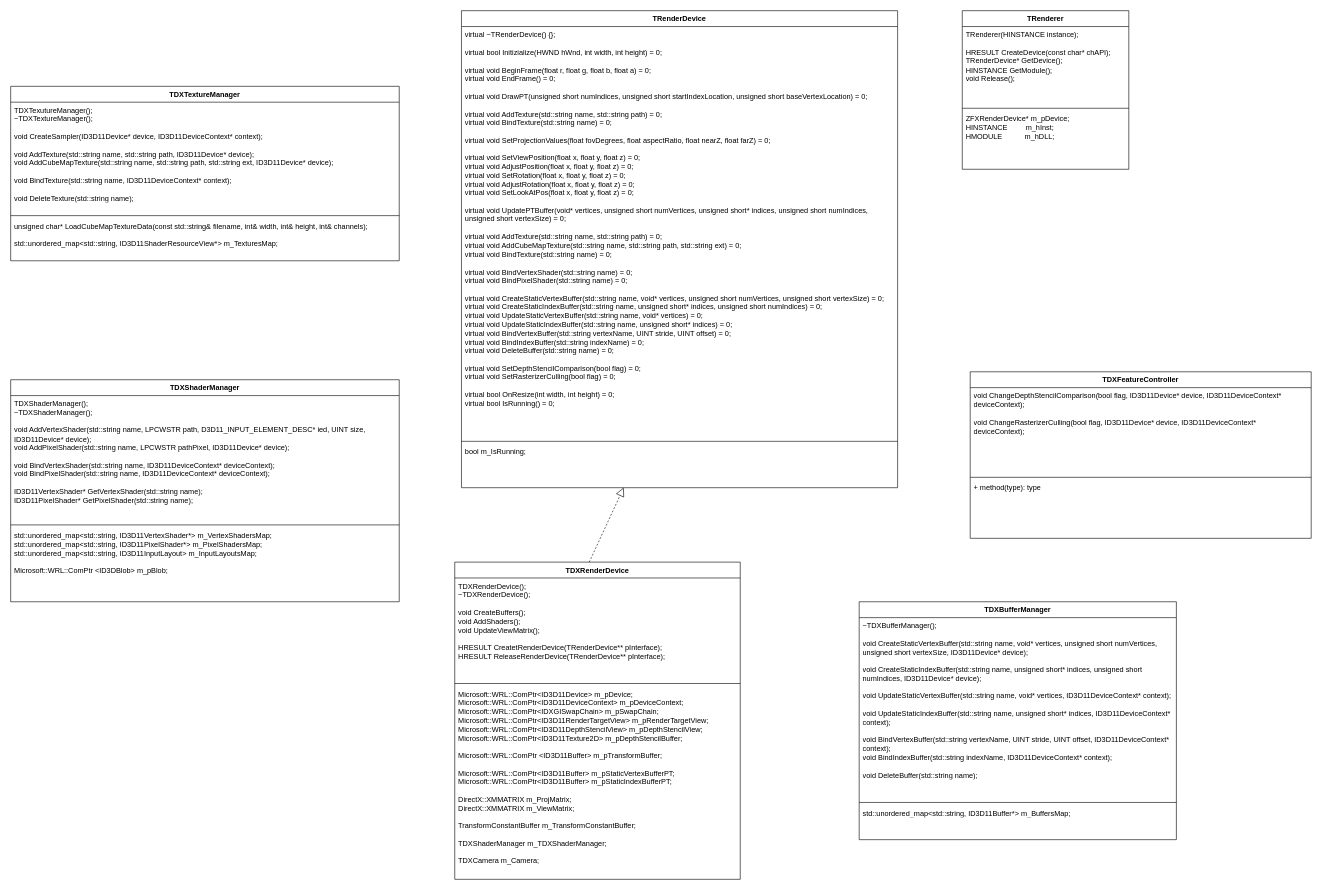
f1oating/TRender keeps this draw.io diagram as UML/TRenderer.drawio. Above is the earlier version. Source tidied: cells renumbered, new cells numbered last; positions are measured from the earlier drawing's top-left corner, leaving out a move shared by most shapes. Both pictures are drawn from the tidied source at 61%, with x=0, y=0 at pixel (10, 10).
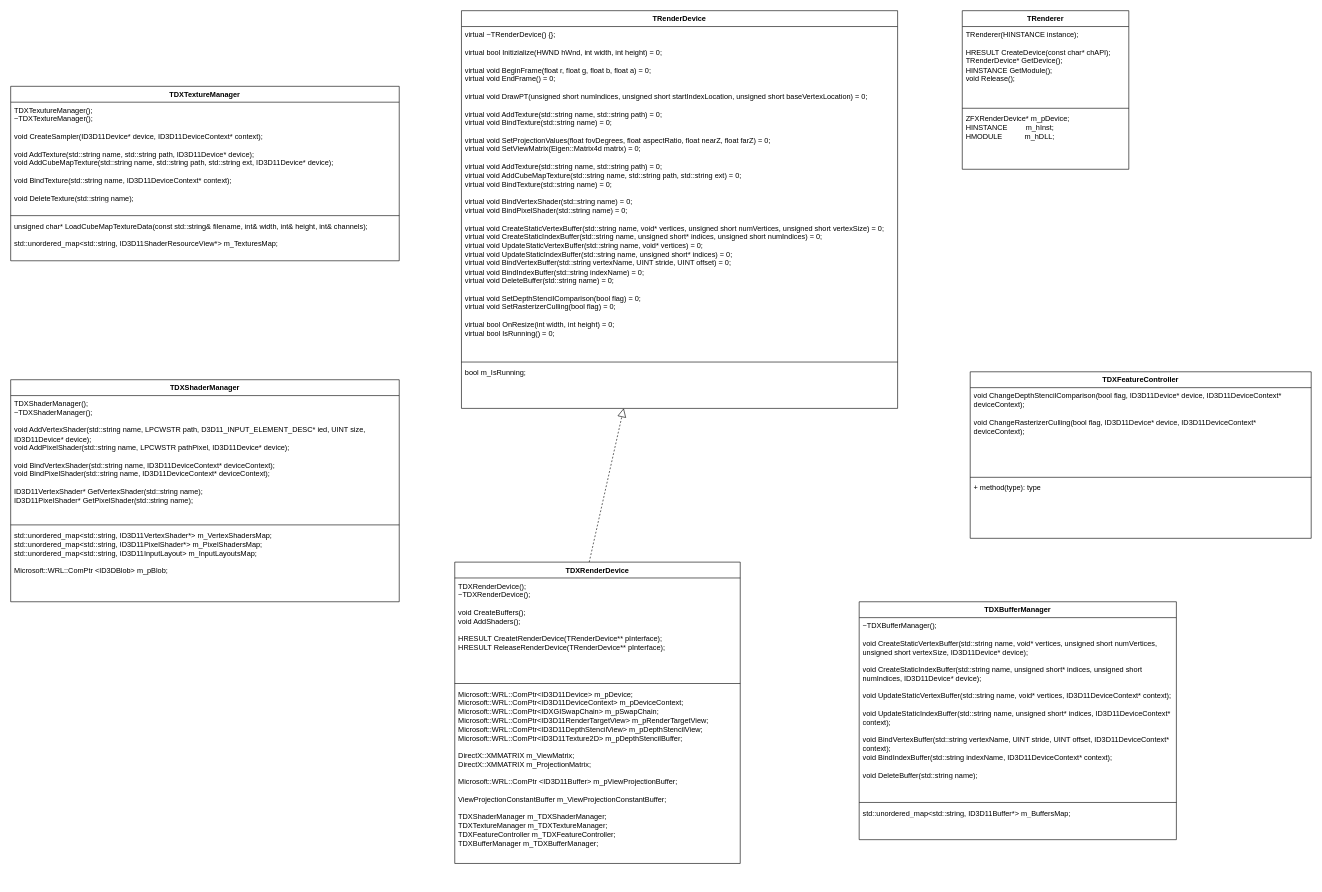
Above is the later version.

Change to the diagram source:
```diff
@@
     <mxCell id="2" value="TRenderDevice" style="swimlane;fontStyle=1;align=center;verticalAlign=top;horizontal=1;startSize=26;whiteSpace=wrap;html=1;" parent="1" vertex="1">
-      <mxGeometry x="739" width="715" height="782" as="geometry" />
+      <mxGeometry x="739" width="715" height="652" as="geometry" />
     </mxCell>
-    <mxCell id="3" value="&lt;div&gt;virtual ~TRenderDevice() {};&lt;br&gt;&lt;/div&gt;&lt;div&gt;&lt;br&gt;&lt;/div&gt;&lt;div&gt;virtual bool Initizialize(HWND hWnd, int width, int height) = 0;&lt;/div&gt;&lt;div&gt;&lt;br&gt;&lt;/div&gt;&lt;div&gt;virtual void BeginFrame(float r, float g, float b, float a) = 0;&lt;/div&gt;&lt;div&gt;virtual void EndFrame() = 0;&lt;/div&gt;&lt;div&gt;&lt;br&gt;&lt;/div&gt;&lt;div&gt;virtual void DrawPT(unsigned short numIndices, unsigned short startIndexLocation, unsigned short baseVertexLocation) = 0;&lt;br&gt;&lt;/div&gt;&lt;div&gt;&lt;br&gt;&lt;/div&gt;&lt;div&gt;virtual void AddTexture(std::string name, std::string path) = 0;&lt;br&gt;virtual void BindTexture(std::string name) = 0;&lt;br&gt;&lt;/div&gt;&lt;div&gt;&lt;br&gt;&lt;/div&gt;virtual void SetProjectionValues(float fovDegrees, float aspectRatio, float nearZ, float farZ) = 0;&lt;br&gt;&lt;br&gt;virtual void SetViewPosition(float x, float y, float z) = 0;&lt;br&gt;virtual void AdjustPosition(float x, float y, float z) = 0;&lt;br&gt;virtual void SetRotation(float x, float y, float z) = 0;&lt;br&gt;virtual void AdjustRotation(float x, float y, float z) = 0;&lt;br&gt;virtual void SetLookAtPos(float x, float y, float z) = 0;&lt;div&gt;&lt;br&gt;&lt;/div&gt;&lt;div&gt;virtual void UpdatePTBuffer(void* vertices, unsigned short numVertices, unsigned short* indices, unsigned short numIndices, unsigned short vertexSize) = 0;&lt;/div&gt;&lt;div&gt;&lt;br&gt;&lt;/div&gt;&lt;div&gt;virtual void AddTexture(std::string name, std::string path) = 0;&lt;/div&gt;&lt;div&gt;virtual void AddCubeMapTexture(std::string name, std::string path, std::string ext) = 0;&lt;br&gt;&lt;/div&gt;&lt;div&gt;virtual void BindTexture(std::string name) = 0;&lt;/div&gt;&lt;div&gt;&lt;br&gt;&lt;/div&gt;&lt;div&gt;virtual void BindVertexShader(std::string name) = 0;&lt;br&gt;virtual void BindPixelShader(std::string name) = 0;&lt;/div&gt;&lt;div&gt;&lt;br&gt;&lt;/div&gt;&lt;div&gt;virtual void CreateStaticVertexBuffer(std::string name, void* vertices, unsigned short numVertices, unsigned short vertexSize) = 0;&lt;br&gt;virtual void CreateStaticIndexBuffer(std::string name, unsigned short* indices, unsigned short numIndices) = 0;&lt;br&gt;virtual void UpdateStaticVertexBuffer(std::string name, void* vertices) = 0;&lt;br&gt;virtual void UpdateStaticIndexBuffer(std::string name, unsigned short* indices) = 0;&lt;br&gt;virtual void BindVertexBuffer(std::string vertexName, UINT stride, UINT offset) = 0;&lt;br&gt;virtual void BindIndexBuffer(std::string indexName) = 0;&lt;br&gt;virtual void DeleteBuffer(std::string name) = 0;&lt;br&gt;&lt;/div&gt;&lt;div&gt;&lt;br&gt;&lt;/div&gt;&lt;div&gt;virtual void SetDepthStencilComparison(bool flag) = 0;&lt;br&gt;virtual void SetRasterizerCulling(bool flag) = 0;&lt;br&gt;&lt;/div&gt;&lt;div&gt;&lt;br&gt;&lt;/div&gt;&lt;div&gt;virtual bool OnResize(int width, int height) = 0;&lt;/div&gt;&lt;div&gt;virtual bool IsRunning() = 0;&lt;br&gt;&lt;/div&gt;" style="text;strokeColor=none;fillColor=none;align=left;verticalAlign=top;spacingLeft=4;spacingRight=4;overflow=hidden;whiteSpace=wrap;html=1;" parent="2" vertex="1">
-      <mxGeometry y="26" width="715" height="676" as="geometry" />
+    <mxCell id="3" value="&lt;div&gt;virtual ~TRenderDevice() {};&lt;br&gt;&lt;/div&gt;&lt;div&gt;&lt;br&gt;&lt;/div&gt;&lt;div&gt;virtual bool Initizialize(HWND hWnd, int width, int height) = 0;&lt;/div&gt;&lt;div&gt;&lt;br&gt;&lt;/div&gt;&lt;div&gt;virtual void BeginFrame(float r, float g, float b, float a) = 0;&lt;/div&gt;&lt;div&gt;virtual void EndFrame() = 0;&lt;/div&gt;&lt;div&gt;&lt;br&gt;&lt;/div&gt;&lt;div&gt;virtual void DrawPT(unsigned short numIndices, unsigned short startIndexLocation, unsigned short baseVertexLocation) = 0;&lt;br&gt;&lt;/div&gt;&lt;div&gt;&lt;br&gt;&lt;/div&gt;&lt;div&gt;virtual void AddTexture(std::string name, std::string path) = 0;&lt;br&gt;virtual void BindTexture(std::string name) = 0;&lt;br&gt;&lt;/div&gt;&lt;div&gt;&lt;br&gt;&lt;/div&gt;virtual void SetProjectionValues(float fovDegrees, float aspectRatio, float nearZ, float farZ) = 0;&lt;br&gt;virtual void SetViewMatrix(Eigen::Matrix4d matrix) = 0;&lt;br&gt;&lt;div&gt;&lt;br&gt;&lt;/div&gt;&lt;div&gt;virtual void AddTexture(std::string name, std::string path) = 0;&lt;/div&gt;&lt;div&gt;virtual void AddCubeMapTexture(std::string name, std::string path, std::string ext) = 0;&lt;br&gt;&lt;/div&gt;&lt;div&gt;virtual void BindTexture(std::string name) = 0;&lt;/div&gt;&lt;div&gt;&lt;br&gt;&lt;/div&gt;&lt;div&gt;virtual void BindVertexShader(std::string name) = 0;&lt;br&gt;virtual void BindPixelShader(std::string name) = 0;&lt;/div&gt;&lt;div&gt;&lt;br&gt;&lt;/div&gt;&lt;div&gt;virtual void CreateStaticVertexBuffer(std::string name, void* vertices, unsigned short numVertices, unsigned short vertexSize) = 0;&lt;br&gt;virtual void CreateStaticIndexBuffer(std::string name, unsigned short* indices, unsigned short numIndices) = 0;&lt;br&gt;virtual void UpdateStaticVertexBuffer(std::string name, void* vertices) = 0;&lt;br&gt;virtual void UpdateStaticIndexBuffer(std::string name, unsigned short* indices) = 0;&lt;br&gt;virtual void BindVertexBuffer(std::string vertexName, UINT stride, UINT offset) = 0;&lt;br&gt;virtual void BindIndexBuffer(std::string indexName) = 0;&lt;br&gt;virtual void DeleteBuffer(std::string name) = 0;&lt;br&gt;&lt;/div&gt;&lt;div&gt;&lt;br&gt;&lt;/div&gt;&lt;div&gt;virtual void SetDepthStencilComparison(bool flag) = 0;&lt;br&gt;virtual void SetRasterizerCulling(bool flag) = 0;&lt;br&gt;&lt;/div&gt;&lt;div&gt;&lt;br&gt;&lt;/div&gt;&lt;div&gt;virtual bool OnResize(int width, int height) = 0;&lt;/div&gt;&lt;div&gt;virtual bool IsRunning() = 0;&lt;br&gt;&lt;/div&gt;" style="text;strokeColor=none;fillColor=none;align=left;verticalAlign=top;spacingLeft=4;spacingRight=4;overflow=hidden;whiteSpace=wrap;html=1;" parent="2" vertex="1">
+      <mxGeometry y="26" width="715" height="546" as="geometry" />
     </mxCell>
     <mxCell id="4" style="line;strokeWidth=1;fillColor=none;align=left;verticalAlign=middle;spacingTop=-1;spacingLeft=3;spacingRight=3;labelPosition=right;strokeColor=inherit;" parent="2" vertex="1">
-      <mxGeometry y="702" width="715" height="8" as="geometry" />
+      <mxGeometry y="572" width="715" height="8" as="geometry" />
     </mxCell>
     <mxCell id="5" value="&lt;div&gt;bool m_IsRunning;&lt;br&gt;&lt;/div&gt;" style="text;strokeColor=none;fillColor=none;align=left;verticalAlign=top;spacingLeft=4;spacingRight=4;overflow=hidden;points=[[0,0.5],[1,0.5]];portConstraint=eastwest;whiteSpace=wrap;html=1;" parent="2" vertex="1">
-      <mxGeometry y="710" width="715" height="72" as="geometry" />
+      <mxGeometry y="580" width="715" height="72" as="geometry" />
     </mxCell>
@@
     <mxCell id="7" value="TDXRenderDevice" style="swimlane;fontStyle=1;align=center;verticalAlign=top;horizontal=1;startSize=26;whiteSpace=wrap;html=1;" parent="1" vertex="1">
-      <mxGeometry x="728" y="904" width="468" height="520" as="geometry" />
+      <mxGeometry x="728" y="904" width="468" height="494" as="geometry" />
     </mxCell>
-    <mxCell id="8" value="&lt;div&gt;TDXRenderDevice();&lt;/div&gt;&lt;div&gt;~TDXRenderDevice();&lt;/div&gt;&lt;div&gt;&lt;br&gt;&lt;/div&gt;&lt;div&gt;void CreateBuffers();&lt;/div&gt;&lt;div&gt;void AddShaders();&lt;/div&gt;&lt;div&gt;void UpdateViewMatrix();&lt;br&gt;&lt;/div&gt;&lt;div&gt;&lt;br&gt;&lt;/div&gt;&lt;div&gt;HRESULT CreatetRenderDevice(TRenderDevice** pInterface);&amp;nbsp;&amp;nbsp;&amp;nbsp;&amp;nbsp;&lt;/div&gt;&lt;div&gt;HRESULT ReleaseRenderDevice(TRenderDevice** pInterface);&lt;br&gt;&lt;br&gt;&lt;/div&gt;" style="text;strokeColor=none;fillColor=none;align=left;verticalAlign=top;spacingLeft=4;spacingRight=4;overflow=hidden;whiteSpace=wrap;html=1;" parent="7" vertex="1">
+    <mxCell id="8" value="&lt;div&gt;TDXRenderDevice();&lt;/div&gt;&lt;div&gt;~TDXRenderDevice();&lt;/div&gt;&lt;div&gt;&lt;br&gt;&lt;/div&gt;&lt;div&gt;void CreateBuffers();&lt;/div&gt;&lt;div&gt;void AddShaders();&lt;/div&gt;&lt;div&gt;&lt;br&gt;&lt;/div&gt;&lt;div&gt;HRESULT CreatetRenderDevice(TRenderDevice** pInterface);&amp;nbsp;&amp;nbsp;&amp;nbsp;&amp;nbsp;&lt;/div&gt;&lt;div&gt;HRESULT ReleaseRenderDevice(TRenderDevice** pInterface);&lt;br&gt;&lt;br&gt;&lt;/div&gt;" style="text;strokeColor=none;fillColor=none;align=left;verticalAlign=top;spacingLeft=4;spacingRight=4;overflow=hidden;whiteSpace=wrap;html=1;" parent="7" vertex="1">
       <mxGeometry y="26" width="468" height="169" as="geometry" />
     </mxCell>
@@
-    <mxCell id="10" value="&lt;div&gt;Microsoft::WRL::ComPtr&amp;lt;ID3D11Device&amp;gt; m_pDevice; Microsoft::WRL::ComPtr&amp;lt;ID3D11DeviceContext&amp;gt; m_pDeviceContext; Microsoft::WRL::ComPtr&amp;lt;IDXGISwapChain&amp;gt; m_pSwapChain; Microsoft::WRL::ComPtr&amp;lt;ID3D11RenderTargetView&amp;gt; m_pRenderTargetView; Microsoft::WRL::ComPtr&amp;lt;ID3D11DepthStencilView&amp;gt; m_pDepthStencilView; Microsoft::WRL::ComPtr&amp;lt;ID3D11Texture2D&amp;gt; m_pDepthStencilBuffer;&lt;br&gt;&lt;/div&gt;&lt;div&gt;&lt;br&gt;&lt;/div&gt;&lt;div&gt;Microsoft::WRL::ComPtr &amp;lt;ID3D11Buffer&amp;gt; m_pTransformBuffer;&lt;br&gt;&lt;/div&gt;&lt;div&gt;&lt;br&gt;Microsoft::WRL::ComPtr&amp;lt;ID3D11Buffer&amp;gt; m_pStaticVertexBufferPT;&lt;br&gt;Microsoft::WRL::ComPtr&amp;lt;ID3D11Buffer&amp;gt; m_pStaticIndexBufferPT;&lt;br&gt;&lt;/div&gt;&lt;div&gt;&lt;br&gt;&lt;/div&gt;&lt;div&gt;DirectX::XMMATRIX m_ProjMatrix;&lt;br&gt;DirectX::XMMATRIX m_ViewMatrix;&lt;/div&gt;&lt;div&gt;&lt;br&gt;&lt;/div&gt;&lt;div&gt;TransformConstantBuffer m_TransformConstantBuffer;&lt;br&gt;&lt;/div&gt;&lt;div&gt;&lt;br&gt;&lt;/div&gt;&lt;div&gt;TDXShaderManager m_TDXShaderManager;&lt;/div&gt;&lt;div&gt;&lt;br&gt;&lt;/div&gt;&lt;div&gt;TDXCamera m_Camera;&lt;br&gt;&lt;/div&gt;" style="text;strokeColor=none;fillColor=none;align=left;verticalAlign=top;spacingLeft=4;spacingRight=4;overflow=hidden;whiteSpace=wrap;html=1;" parent="7" vertex="1">
-      <mxGeometry y="203" width="468" height="317" as="geometry" />
+    <mxCell id="10" value="&lt;div&gt;Microsoft::WRL::ComPtr&amp;lt;ID3D11Device&amp;gt; m_pDevice; Microsoft::WRL::ComPtr&amp;lt;ID3D11DeviceContext&amp;gt; m_pDeviceContext; Microsoft::WRL::ComPtr&amp;lt;IDXGISwapChain&amp;gt; m_pSwapChain; Microsoft::WRL::ComPtr&amp;lt;ID3D11RenderTargetView&amp;gt; m_pRenderTargetView; Microsoft::WRL::ComPtr&amp;lt;ID3D11DepthStencilView&amp;gt; m_pDepthStencilView; Microsoft::WRL::ComPtr&amp;lt;ID3D11Texture2D&amp;gt; m_pDepthStencilBuffer;&lt;/div&gt;&lt;div&gt;&lt;br&gt;&lt;/div&gt;&lt;div&gt;DirectX::XMMATRIX m_ViewMatrix;&lt;br&gt;DirectX::XMMATRIX m_ProjectionMatrix;&lt;br&gt;&lt;/div&gt;&lt;div&gt;&lt;br&gt;&lt;/div&gt;Microsoft::WRL::ComPtr &amp;lt;ID3D11Buffer&amp;gt; m_pViewProjectionBuffer;&lt;br&gt;&lt;br&gt;ViewProjectionConstantBuffer m_ViewProjectionConstantBuffer;&lt;br&gt;&lt;br&gt;TDXShaderManager m_TDXShaderManager;&lt;br&gt;TDXTextureManager m_TDXTextureManager;&lt;br&gt;TDXFeatureController m_TDXFeatureController;&lt;br&gt;TDXBufferManager m_TDXBufferManager;" style="text;strokeColor=none;fillColor=none;align=left;verticalAlign=top;spacingLeft=4;spacingRight=4;overflow=hidden;whiteSpace=wrap;html=1;" parent="7" vertex="1">
+      <mxGeometry y="203" width="468" height="291" as="geometry" />
     </mxCell>
```
